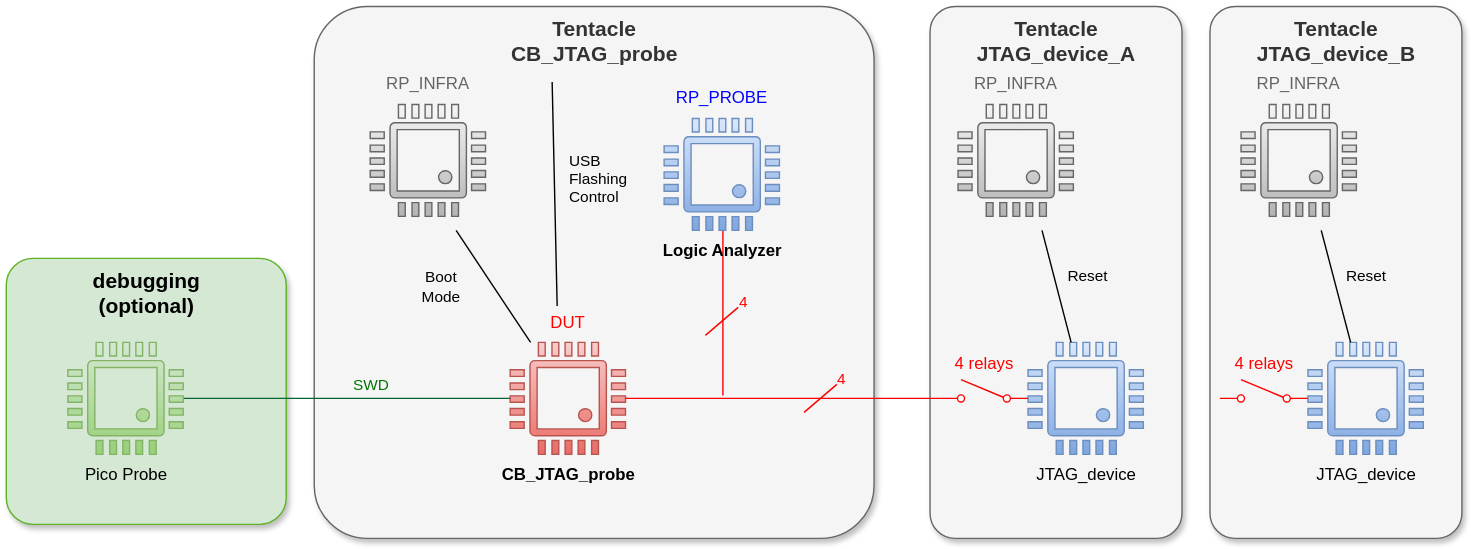
Above: docs/design/diagram_tentacle_probe.drawio.svg in octoprobe/testbed_cb_jtag_probe (draw.io), before the change. Source tidied: cells renumbered, new cells last; positions are measured from the earlier drawing's top-left corner, leaving out a move shared by most shapes.
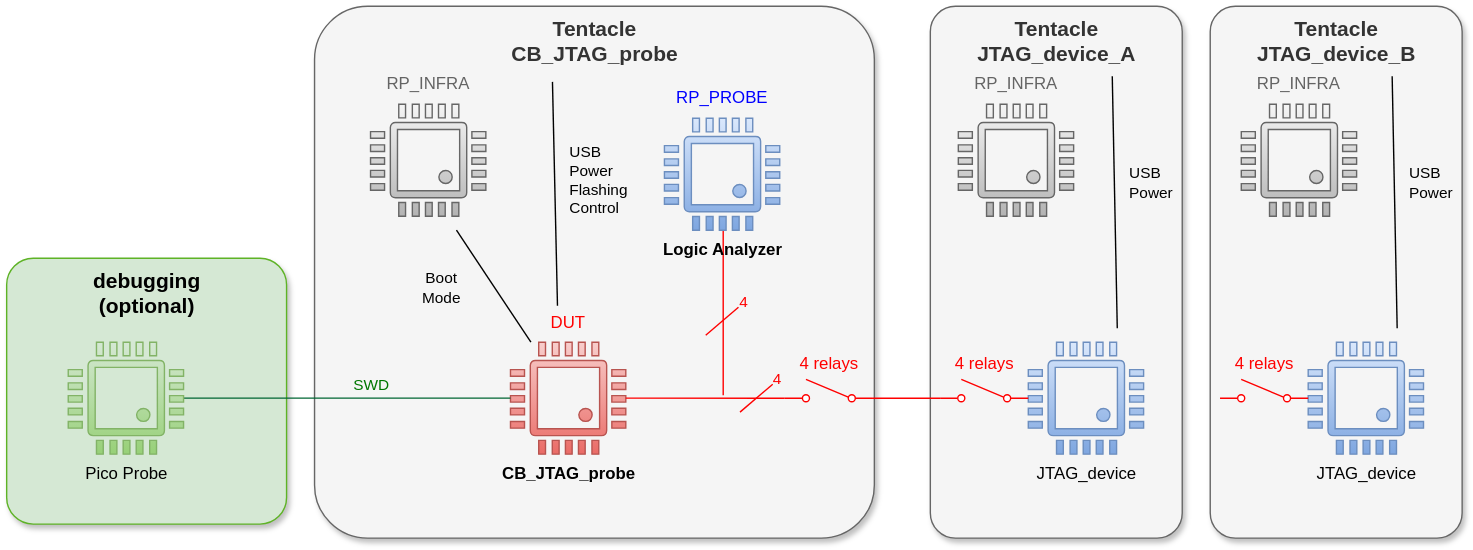
The same file after the commit.

What changed in the source:
```diff
@@ -45,8 +45,8 @@
     </mxCell>
     <mxCell id="15" value="4" style="edgeStyle=none;html=1;endArrow=none;endFill=0;strokeWidth=1;strokeColor=light-dark(#ff0000, #ededed);fontColor=light-dark(#ff0000, #ededed);labelBackgroundColor=none;" parent="1" edge="1">
       <mxGeometry x="-1" y="-5" relative="1" as="geometry">
-        <mxPoint x="593.4" y="270" as="sourcePoint" />
-        <mxPoint x="570" y="290" as="targetPoint" />
+        <mxPoint x="547.4" y="270" as="sourcePoint" />
+        <mxPoint x="524" y="290" as="targetPoint" />
         <mxPoint x="6" as="offset" />
       </mxGeometry>
     </mxCell>
@@ -57,7 +57,7 @@
         <mxPoint x="6" as="offset" />
       </mxGeometry>
     </mxCell>
-    <mxCell id="17" style="endArrow=none;html=1;strokeColor=#FF0000;fontColor=#FF0000;labelBackgroundColor=none;entryX=0;entryY=0.8;entryDx=0;entryDy=0;" parent="1" edge="1" source="4" target="14">
+    <mxCell id="17" style="endArrow=none;html=1;strokeColor=#FF0000;fontColor=#FF0000;labelBackgroundColor=none;entryX=0;entryY=0.8;entryDx=0;entryDy=0;" parent="1" edge="1" source="4" target="34">
       <mxGeometry relative="1" as="geometry" />
     </mxCell>
     <mxCell id="18" value="Pico Probe" style="shadow=0;dashed=0;html=1;strokeColor=#82b366;fillColor=#d5e8d4;labelPosition=center;verticalLabelPosition=bottom;verticalAlign=top;align=center;outlineConnect=0;shape=mxgraph.veeam.cpu;gradientColor=#97d077;" parent="1" vertex="1">
@@ -84,27 +84,6 @@
     <mxCell id="25" value="&lt;font style=&quot;&quot;&gt;&lt;span&gt;RP_INFRA&lt;/span&gt;&lt;/font&gt;" style="text;html=1;align=center;verticalAlign=middle;whiteSpace=wrap;rounded=0;fontSize=12;fontStyle=0;fontColor=light-dark(#646464, #ededed);" parent="1" vertex="1">
       <mxGeometry x="893.4" y="40" width="60" height="30" as="geometry" />
     </mxCell>
-    <mxCell id="26" style="endArrow=none;html=1;strokeColor=light-dark(#000000, #ff9090);fontColor=light-dark(#000000, #ff9090);labelBackgroundColor=none;entryX=0.73;entryY=0.422;entryDx=0;entryDy=0;entryPerimeter=0;" parent="1" edge="1" source="13">
-      <mxGeometry relative="1" as="geometry">
-        <mxPoint x="740" y="160" as="targetPoint" />
-      </mxGeometry>
-    </mxCell>
-    <mxCell id="27" value="Reset" style="edgeLabel;html=1;align=center;verticalAlign=middle;labelBackgroundColor=none;" parent="26" vertex="1">
-      <mxGeometry x="0.37" y="-2" relative="1" as="geometry">
-        <mxPoint x="23" y="7" as="offset" />
-      </mxGeometry>
-    </mxCell>
-    <mxCell id="28" style="endArrow=none;html=1;strokeColor=light-dark(#000000, #ff9090);fontColor=light-dark(#000000, #ff9090);labelBackgroundColor=none;entryX=0.73;entryY=0.422;entryDx=0;entryDy=0;entryPerimeter=0;" parent="1" edge="1">
-      <mxGeometry relative="1" as="geometry">
-        <mxPoint x="960.5" y="240" as="sourcePoint" />
-        <mxPoint x="939.5" y="160" as="targetPoint" />
-      </mxGeometry>
-    </mxCell>
-    <mxCell id="29" value="Reset" style="edgeLabel;html=1;align=center;verticalAlign=middle;labelBackgroundColor=none;" parent="28" vertex="1">
-      <mxGeometry x="0.37" y="-2" relative="1" as="geometry">
-        <mxPoint x="23" y="7" as="offset" />
-      </mxGeometry>
-    </mxCell>
     <mxCell id="30" style="endArrow=none;html=1;strokeColor=light-dark(#000000, #ff9090);fontColor=light-dark(#000000, #ff9090);labelBackgroundColor=none;entryX=0.73;entryY=0.422;entryDx=0;entryDy=0;entryPerimeter=0;" parent="1" edge="1" source="4">
       <mxGeometry relative="1" as="geometry">
         <mxPoint x="321.4" y="160" as="targetPoint" />
@@ -121,10 +100,38 @@
         <mxPoint x="390" y="54" as="targetPoint" />
       </mxGeometry>
     </mxCell>
-    <mxCell id="33" value="USB&lt;br&gt;Flashing&lt;br&gt;Control" style="edgeLabel;html=1;align=left;verticalAlign=middle;labelBackgroundColor=none;" parent="32" vertex="1">
+    <mxCell id="33" value="USB&lt;br&gt;Power&lt;br&gt;Flashing&lt;br&gt;Control" style="edgeLabel;html=1;align=left;verticalAlign=middle;labelBackgroundColor=none;" parent="32" vertex="1">
       <mxGeometry x="0.37" y="-2" relative="1" as="geometry">
         <mxPoint x="7" y="19" as="offset" />
       </mxGeometry>
     </mxCell>
+    <mxCell id="34" value="4 relays&#10;&#10;&#10;" style="shape=mxgraph.electrical.electro-mechanical.singleSwitch;elSwitchState=off;rotation=0;flipV=0;flipH=1;fontColor=light-dark(#ff0000, #ededed);strokeColor=light-dark(#ff0000, #ededed);" parent="1" vertex="1">
+      <mxGeometry x="556" y="266.6" width="63" height="16.8" as="geometry" />
+    </mxCell>
+    <mxCell id="35" style="endArrow=none;html=1;strokeColor=light-dark(#000000, #ff9090);fontColor=light-dark(#000000, #ff9090);labelBackgroundColor=none;entryX=0.425;entryY=0.342;entryDx=0;entryDy=0;entryPerimeter=0;exitX=0.373;exitY=0.633;exitDx=0;exitDy=0;exitPerimeter=0;" parent="1" edge="1">
+      <mxGeometry relative="1" as="geometry">
+        <mxPoint x="793.6" y="230" as="sourcePoint" />
+        <mxPoint x="790" y="50" as="targetPoint" />
+      </mxGeometry>
+    </mxCell>
+    <mxCell id="36" value="USB&lt;br&gt;Power" style="edgeLabel;html=1;align=left;verticalAlign=middle;labelBackgroundColor=none;" parent="35" vertex="1">
+      <mxGeometry x="0.37" y="-2" relative="1" as="geometry">
+        <mxPoint x="7" y="19" as="offset" />
+      </mxGeometry>
+    </mxCell>
+    <mxCell id="37" style="endArrow=none;html=1;strokeColor=light-dark(#000000, #ff9090);fontColor=light-dark(#000000, #ff9090);labelBackgroundColor=none;entryX=0.425;entryY=0.342;entryDx=0;entryDy=0;entryPerimeter=0;exitX=0.373;exitY=0.633;exitDx=0;exitDy=0;exitPerimeter=0;" parent="1" edge="1">
+      <mxGeometry relative="1" as="geometry">
+        <mxPoint x="993.6" y="230" as="sourcePoint" />
+        <mxPoint x="990" y="50" as="targetPoint" />
+      </mxGeometry>
+    </mxCell>
+    <mxCell id="38" value="USB&lt;br&gt;Power" style="edgeLabel;html=1;align=left;verticalAlign=middle;labelBackgroundColor=none;" parent="37" vertex="1">
+      <mxGeometry x="0.37" y="-2" relative="1" as="geometry">
+        <mxPoint x="7" y="19" as="offset" />
+      </mxGeometry>
+    </mxCell>
+    <mxCell id="39" style="endArrow=none;html=1;strokeColor=#FF0000;fontColor=#FF0000;labelBackgroundColor=none;entryX=0;entryY=0.8;entryDx=0;entryDy=0;exitX=1;exitY=0.8;exitDx=0;exitDy=0;" parent="1" edge="1" source="34" target="14">
+      <mxGeometry relative="1" as="geometry" />
+    </mxCell>
   </root>
 </mxGraphModel>
```
